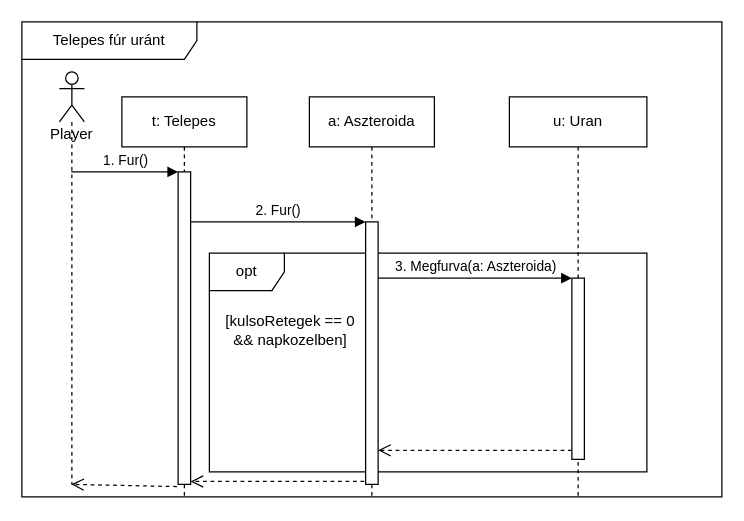
Earlier version of the draw.io diagram page "urán" (3 of 5) of doc/szekvencia/szek_RobotFur.drawio (torpeBoiGo/aszteroidabanyaszat). Source tidied: cells renumbered, new cells numbered last; positions are measured from the earlier drawing's top-left corner, leaving out a move shared by most shapes. Both pictures are drawn from the tidied source at 125%, with x=0, y=0 at pixel (21, 21).
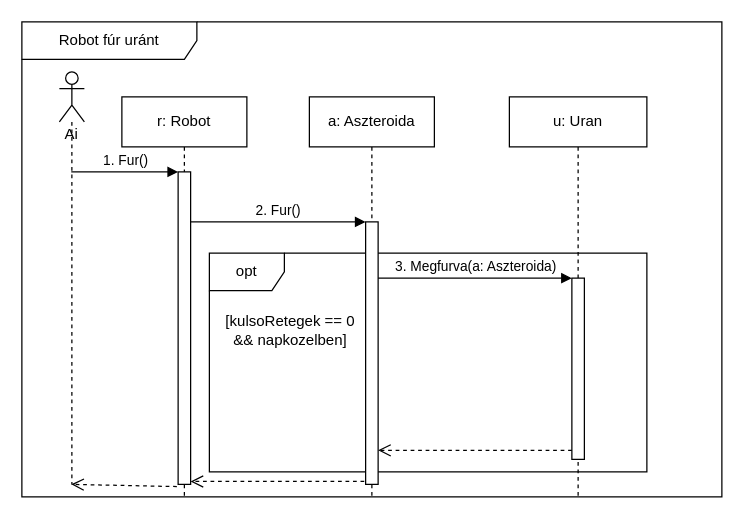
Above is the later version.

What changed in the source:
```diff
@@
 <mxGraphModel>
   <root>
     <mxCell id="0" />
     <mxCell id="1" parent="0" />
-    <mxCell id="2" value="Telepes fúr uránt" style="shape=umlFrame;whiteSpace=wrap;html=1;width=140;height=30;" parent="1" vertex="1">
+    <mxCell id="2" value="Robot fúr uránt" style="shape=umlFrame;whiteSpace=wrap;html=1;width=140;height=30;" parent="1" vertex="1">
       <mxGeometry width="560" height="380" as="geometry" />
     </mxCell>
     <mxCell id="3" style="group;" parent="1" vertex="1">
       <mxGeometry x="150" y="185" width="350" height="175" as="geometry" />
     </mxCell>
     <mxCell id="4" value="opt" style="shape=umlFrame;whiteSpace=wrap;html=1;" parent="3" vertex="1">
       <mxGeometry width="350" height="175" as="geometry" />
     </mxCell>
     <mxCell id="5" value="[kulsoRetegek == 0 &amp;amp;&amp;amp; napkozelben]" style="text;html=1;strokeColor=none;fillColor=none;align=center;verticalAlign=middle;whiteSpace=wrap;rounded=0;" parent="3" vertex="1">
       <mxGeometry x="10" y="37.1" width="110" height="50" as="geometry" />
     </mxCell>
-    <mxCell id="6" value="t: Telepes" style="shape=umlLifeline;perimeter=lifelinePerimeter;whiteSpace=wrap;html=1;" parent="1" vertex="1">
+    <mxCell id="6" value="r: Robot" style="shape=umlLifeline;perimeter=lifelinePerimeter;whiteSpace=wrap;html=1;" parent="1" vertex="1">
       <mxGeometry x="80" y="60" width="100" height="320" as="geometry" />
     </mxCell>
     <mxCell id="7" style="html=1;points=[];perimeter=orthogonalPerimeter;" parent="6" vertex="1">
       <mxGeometry x="45" y="60" width="10" height="250" as="geometry" />
     </mxCell>
     <mxCell id="8" value="a: Aszteroida" style="shape=umlLifeline;perimeter=lifelinePerimeter;whiteSpace=wrap;html=1;" parent="1" vertex="1">
       <mxGeometry x="230" y="60" width="100" height="320" as="geometry" />
     </mxCell>
     <mxCell id="9" style="html=1;points=[];perimeter=orthogonalPerimeter;" parent="8" vertex="1">
       <mxGeometry x="45" y="100" width="10" height="210" as="geometry" />
     </mxCell>
     <mxCell id="10" value="2. Fur()" style="html=1;verticalAlign=bottom;endArrow=block;entryX=0;entryY=0;" parent="1" edge="1" source="7" target="9">
       <mxGeometry relative="1" as="geometry" />
     </mxCell>
     <mxCell id="11" style="html=1;verticalAlign=bottom;endArrow=open;dashed=1;endSize=8;exitX=-0.11;exitY=0.989;exitDx=0;exitDy=0;exitPerimeter=0;" parent="1" edge="1" source="9" target="7">
       <mxGeometry x="0.02" y="54" relative="1" as="geometry" />
     </mxCell>
     <mxCell id="12" value="u: Uran" style="shape=umlLifeline;perimeter=lifelinePerimeter;whiteSpace=wrap;html=1;" parent="1" vertex="1">
       <mxGeometry x="390" y="60" width="110" height="320" as="geometry" />
     </mxCell>
     <mxCell id="13" style="html=1;points=[];perimeter=orthogonalPerimeter;" parent="12" vertex="1">
       <mxGeometry x="50" y="145" width="10" height="145" as="geometry" />
     </mxCell>
     <mxCell id="14" value="3. Megfurva(a: Aszteroida)" style="html=1;verticalAlign=bottom;endArrow=block;entryX=0;entryY=0;" parent="1" edge="1" source="9" target="13">
       <mxGeometry relative="1" as="geometry" />
     </mxCell>
     <mxCell id="15" style="html=1;verticalAlign=bottom;endArrow=open;dashed=1;endSize=8;exitX=0;exitY=0.95;" parent="1" edge="1" source="13" target="9">
       <mxGeometry x="-0.09" y="52" relative="1" as="geometry" />
     </mxCell>
-    <mxCell id="16" value="Player" style="shape=umlLifeline;participant=umlActor;perimeter=lifelinePerimeter;whiteSpace=wrap;html=1;verticalAlign=top;spacingTop=36;outlineConnect=0;" parent="1" vertex="1">
+    <mxCell id="16" value="Ai" style="shape=umlLifeline;participant=umlActor;perimeter=lifelinePerimeter;whiteSpace=wrap;html=1;verticalAlign=top;spacingTop=36;outlineConnect=0;" parent="1" vertex="1">
       <mxGeometry x="30" y="40" width="20" height="330" as="geometry" />
     </mxCell>
     <mxCell id="17" style="html=1;verticalAlign=bottom;endArrow=open;dashed=1;endSize=8;exitX=-0.1;exitY=1.007;exitDx=0;exitDy=0;exitPerimeter=0;" parent="1" edge="1" source="7" target="16">
       <mxGeometry x="0.24" y="77" relative="1" as="geometry" />
     </mxCell>
     <mxCell id="18" value="1. Fur()" style="html=1;verticalAlign=bottom;endArrow=block;entryX=0;entryY=0;" parent="1" edge="1" source="16" target="7">
       <mxGeometry relative="1" as="geometry" />
     </mxCell>
   </root>
 </mxGraphModel>
```
